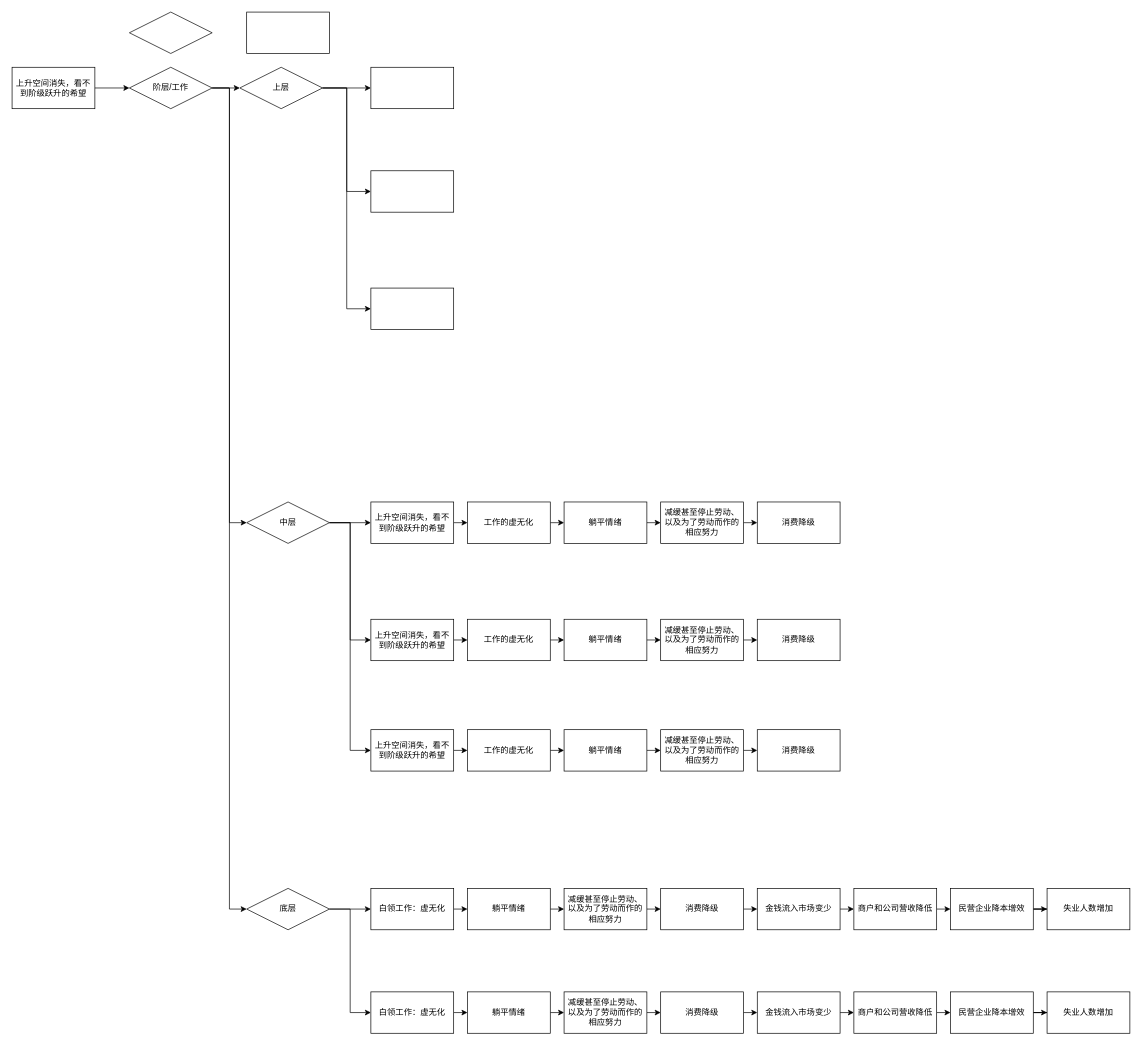
The draw.io diagram logic chain.drawio in CaptainCCCP/Draw-io-cloud, before the edit. Source tidied: cells renumbered, new cells numbered last; positions are measured from the earlier drawing's top-left corner, leaving out a move shared by most shapes. Both pictures are drawn from the tidied source at 69%, with x=0, y=0 at pixel (12, 12).
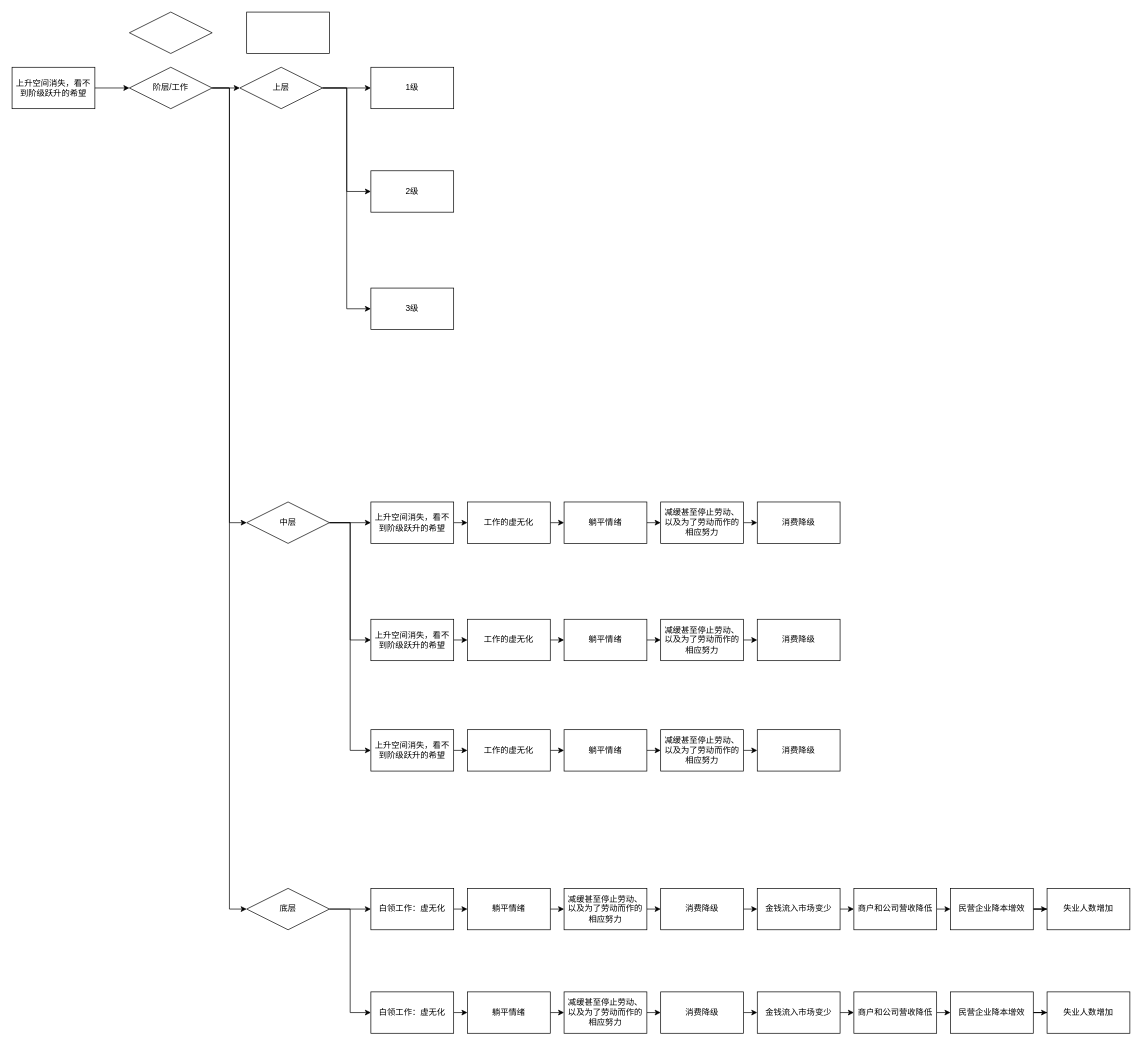
Above is the later version.

The edit, as a diff of the source:
```diff
@@
-    <mxCell id="45" style="rounded=0;whiteSpace=wrap;html=1;" parent="1" vertex="1">
+    <mxCell id="45" value="3级" style="rounded=0;whiteSpace=wrap;html=1;" parent="1" vertex="1">
       <mxGeometry x="520" y="400" width="120" height="60" as="geometry" />
     </mxCell>
-    <mxCell id="46" style="rounded=0;whiteSpace=wrap;html=1;" parent="1" vertex="1">
+    <mxCell id="46" value="2级" style="rounded=0;whiteSpace=wrap;html=1;" parent="1" vertex="1">
       <mxGeometry x="520" y="230" width="120" height="60" as="geometry" />
     </mxCell>
-    <mxCell id="47" style="rounded=0;whiteSpace=wrap;html=1;" parent="1" vertex="1">
+    <mxCell id="47" value="1级" style="rounded=0;whiteSpace=wrap;html=1;" parent="1" vertex="1">
       <mxGeometry x="520" y="80" width="120" height="60" as="geometry" />
     </mxCell>
```
